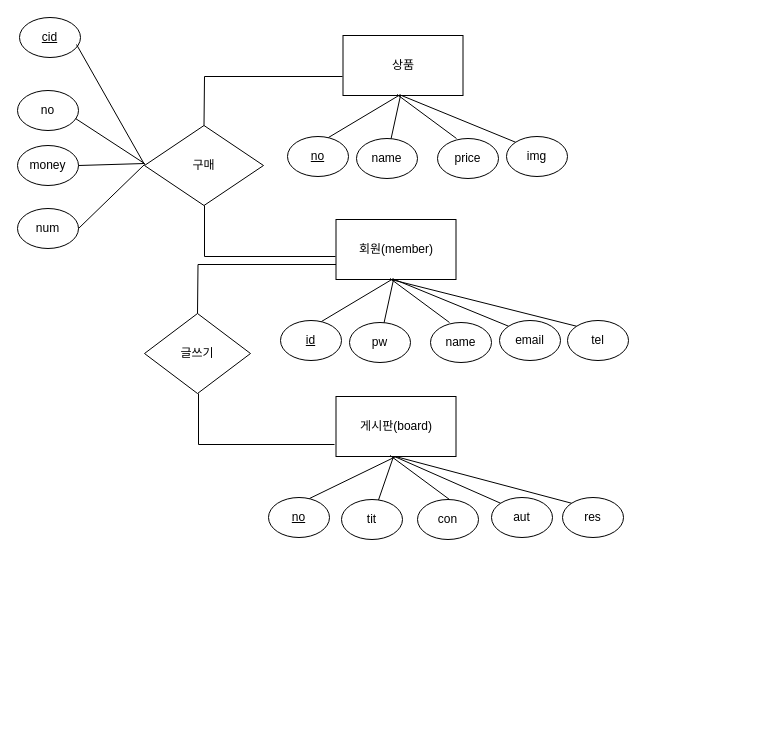
This is ERD.drawio from NAMSONGYOON/html5, a draw.io file, before an edit. Source tidied: cells renumbered, new cells numbered last; positions are measured from the earlier drawing's top-left corner, leaving out a move shared by most shapes. Both pictures are drawn from the tidied source at 100%, with x=0, y=0 at pixel (17, 17).
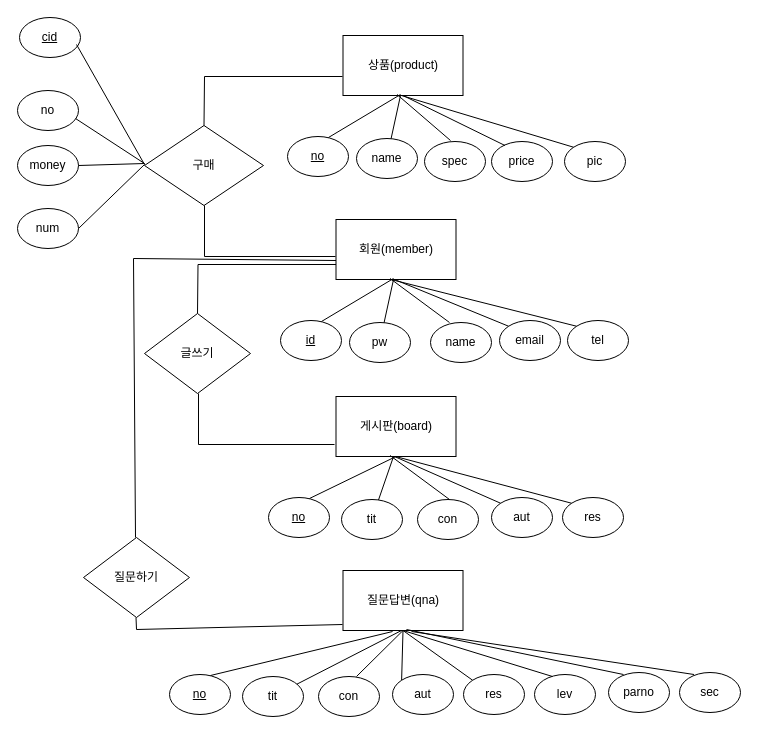
The same page after the edit.

Diff of the diagram source:
```diff
@@
-    <mxCell id="22" value="상품" style="rounded=0;whiteSpace=wrap;html=1;" parent="1" vertex="1">
+    <mxCell id="22" value="상품(product)" style="rounded=0;whiteSpace=wrap;html=1;" parent="1" vertex="1">
       <mxGeometry x="325.5" y="18" width="120" height="60" as="geometry" />
     </mxCell>
@@
     <mxCell id="25" value="price" style="ellipse;whiteSpace=wrap;html=1;" parent="1" vertex="1">
-      <mxGeometry x="420" y="121" width="61" height="40" as="geometry" />
+      <mxGeometry x="474" y="124" width="61" height="40" as="geometry" />
     </mxCell>
-    <mxCell id="26" value="img" style="ellipse;whiteSpace=wrap;html=1;" parent="1" vertex="1">
-      <mxGeometry x="489" y="119" width="61" height="40" as="geometry" />
+    <mxCell id="26" value="pic" style="ellipse;whiteSpace=wrap;html=1;" parent="1" vertex="1">
+      <mxGeometry x="547" y="124" width="61" height="40" as="geometry" />
     </mxCell>
@@
     <mxCell id="29" style="endArrow=none;html=1;rounded=0;entryX=0.45;entryY=0.983;entryDx=0;entryDy=0;entryPerimeter=0;" parent="1" edge="1" target="22">
       <mxGeometry relative="1" as="geometry">
-        <mxPoint x="439" y="121" as="sourcePoint" />
+        <mxPoint x="433" y="123" as="sourcePoint" />
       </mxGeometry>
     </mxCell>
@@
+    <mxCell id="47" value="질문답변(qna)" style="rounded=0;whiteSpace=wrap;html=1;" parent="1" vertex="1">
+      <mxGeometry x="325.5" y="553" width="120" height="60" as="geometry" />
+    </mxCell>
+    <mxCell id="48" value="&lt;u&gt;no&lt;/u&gt;" style="ellipse;whiteSpace=wrap;html=1;" parent="1" vertex="1">
+      <mxGeometry x="152" y="657" width="61" height="40" as="geometry" />
+    </mxCell>
+    <mxCell id="49" value="tit" style="ellipse;whiteSpace=wrap;html=1;" parent="1" vertex="1">
+      <mxGeometry x="225" y="659" width="61" height="40" as="geometry" />
+    </mxCell>
+    <mxCell id="50" value="con" style="ellipse;whiteSpace=wrap;html=1;" parent="1" vertex="1">
+      <mxGeometry x="301" y="659" width="61" height="40" as="geometry" />
+    </mxCell>
+    <mxCell id="51" value="aut" style="ellipse;whiteSpace=wrap;html=1;" parent="1" vertex="1">
+      <mxGeometry x="375" y="657" width="61" height="40" as="geometry" />
+    </mxCell>
+    <mxCell id="52" style="endArrow=none;html=1;rounded=0;exitX=0.672;exitY=0.025;exitDx=0;exitDy=0;exitPerimeter=0;entryX=0.413;entryY=1.017;entryDx=0;entryDy=0;entryPerimeter=0;" parent="1" edge="1" source="48" target="47">
+      <mxGeometry relative="1" as="geometry" />
+    </mxCell>
+    <mxCell id="53" style="endArrow=none;html=1;rounded=0;" parent="1" edge="1" source="49">
+      <mxGeometry relative="1" as="geometry">
+        <mxPoint x="384" y="613" as="targetPoint" />
+      </mxGeometry>
+    </mxCell>
+    <mxCell id="54" style="endArrow=none;html=1;rounded=0;exitX=0;exitY=0;exitDx=0;exitDy=0;entryX=0.5;entryY=1;entryDx=0;entryDy=0;" parent="1" edge="1" source="51" target="47">
+      <mxGeometry relative="1" as="geometry" />
+    </mxCell>
+    <mxCell id="55" value="res" style="ellipse;whiteSpace=wrap;html=1;" parent="1" vertex="1">
+      <mxGeometry x="446" y="657" width="61" height="40" as="geometry" />
+    </mxCell>
+    <mxCell id="56" style="endArrow=none;html=1;rounded=0;exitX=0;exitY=0;exitDx=0;exitDy=0;entryX=0.5;entryY=1;entryDx=0;entryDy=0;" parent="1" edge="1" source="55" target="47">
+      <mxGeometry relative="1" as="geometry" />
+    </mxCell>
+    <mxCell id="57" value="lev" style="ellipse;whiteSpace=wrap;html=1;" parent="1" vertex="1">
+      <mxGeometry x="517" y="657" width="61" height="40" as="geometry" />
+    </mxCell>
+    <mxCell id="58" value="parno" style="ellipse;whiteSpace=wrap;html=1;" parent="1" vertex="1">
+      <mxGeometry x="591" y="655" width="61" height="40" as="geometry" />
+    </mxCell>
+    <mxCell id="59" value="sec" style="ellipse;whiteSpace=wrap;html=1;" parent="1" vertex="1">
+      <mxGeometry x="662" y="655" width="61" height="40" as="geometry" />
+    </mxCell>
+    <mxCell id="60" style="endArrow=none;html=1;rounded=0;exitX=0;exitY=0;exitDx=0;exitDy=0;entryX=0.5;entryY=1;entryDx=0;entryDy=0;" parent="1" edge="1" target="47">
+      <mxGeometry relative="1" as="geometry">
+        <mxPoint x="339" y="659" as="sourcePoint" />
+      </mxGeometry>
+    </mxCell>
+    <mxCell id="61" style="endArrow=none;html=1;rounded=0;exitX=0;exitY=0;exitDx=0;exitDy=0;entryX=0.5;entryY=1;entryDx=0;entryDy=0;" parent="1" edge="1" target="47">
+      <mxGeometry relative="1" as="geometry">
+        <mxPoint x="535" y="659" as="sourcePoint" />
+      </mxGeometry>
+    </mxCell>
+    <mxCell id="62" style="endArrow=none;html=1;rounded=0;exitX=0;exitY=0;exitDx=0;exitDy=0;" parent="1" edge="1">
+      <mxGeometry relative="1" as="geometry">
+        <mxPoint x="606" y="657" as="sourcePoint" />
+        <mxPoint x="389" y="612" as="targetPoint" />
+      </mxGeometry>
+    </mxCell>
+    <mxCell id="63" style="endArrow=none;html=1;rounded=0;exitX=0;exitY=0;exitDx=0;exitDy=0;" parent="1" edge="1">
+      <mxGeometry relative="1" as="geometry">
+        <mxPoint x="676.5" y="657" as="sourcePoint" />
+        <mxPoint x="394" y="614" as="targetPoint" />
+      </mxGeometry>
+    </mxCell>
+    <mxCell id="64" value="질문하기" style="rhombus;whiteSpace=wrap;html=1;" parent="1" vertex="1">
+      <mxGeometry x="66" y="520" width="106" height="80" as="geometry" />
+    </mxCell>
+    <mxCell id="65" style="endArrow=none;html=1;rounded=0;" parent="1" edge="1">
+      <mxGeometry relative="1" as="geometry">
+        <mxPoint x="118" y="520" as="sourcePoint" />
+        <mxPoint x="318.5" y="243" as="targetPoint" />
+        <Array as="points">
+          <mxPoint x="116" y="241" />
+        </Array>
+      </mxGeometry>
+    </mxCell>
+    <mxCell id="66" style="endArrow=none;html=1;rounded=0;" parent="1" edge="1">
+      <mxGeometry relative="1" as="geometry">
+        <mxPoint x="325" y="607" as="sourcePoint" />
+        <mxPoint x="118.5" y="600" as="targetPoint" />
+        <Array as="points">
+          <mxPoint x="119" y="612" />
+        </Array>
+      </mxGeometry>
+    </mxCell>
+    <mxCell id="67" value="spec" style="ellipse;whiteSpace=wrap;html=1;" parent="1" vertex="1">
+      <mxGeometry x="407" y="124" width="61" height="40" as="geometry" />
+    </mxCell>
+    <mxCell id="68" style="endArrow=none;html=1;rounded=0;entryX=0.5;entryY=1;entryDx=0;entryDy=0;" parent="1" edge="1" target="22">
+      <mxGeometry relative="1" as="geometry">
+        <mxPoint x="487.5" y="128" as="sourcePoint" />
+      </mxGeometry>
+    </mxCell>
```
